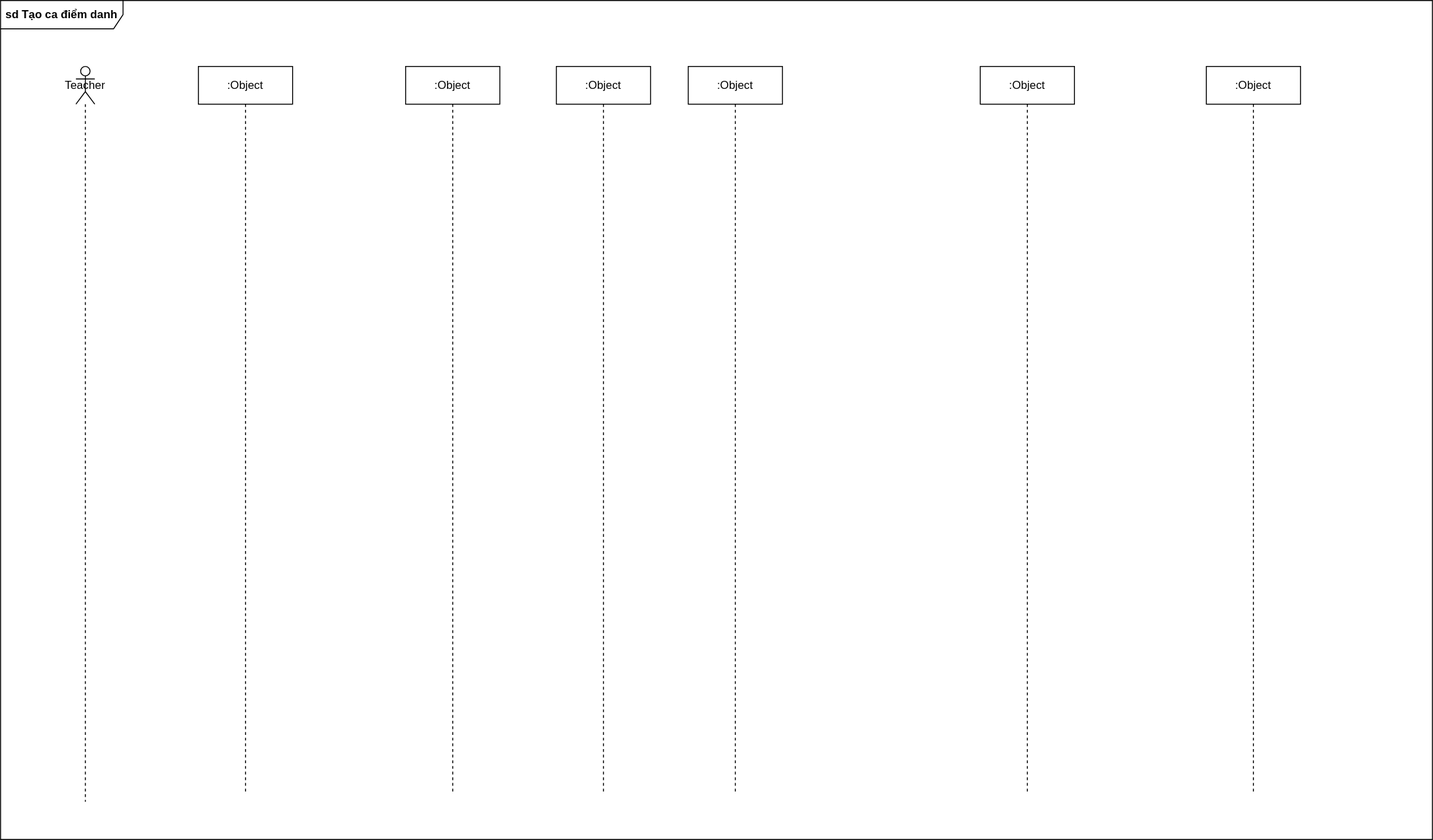
Above: [W3] SequenceDiagram 5.drawio.svg in ntmly/ThuchanhphattrienhethongTTNT (draw.io), before the change. Source tidied: cells renumbered, new cells last; positions are measured from the earlier drawing's top-left corner, leaving out a move shared by most shapes.
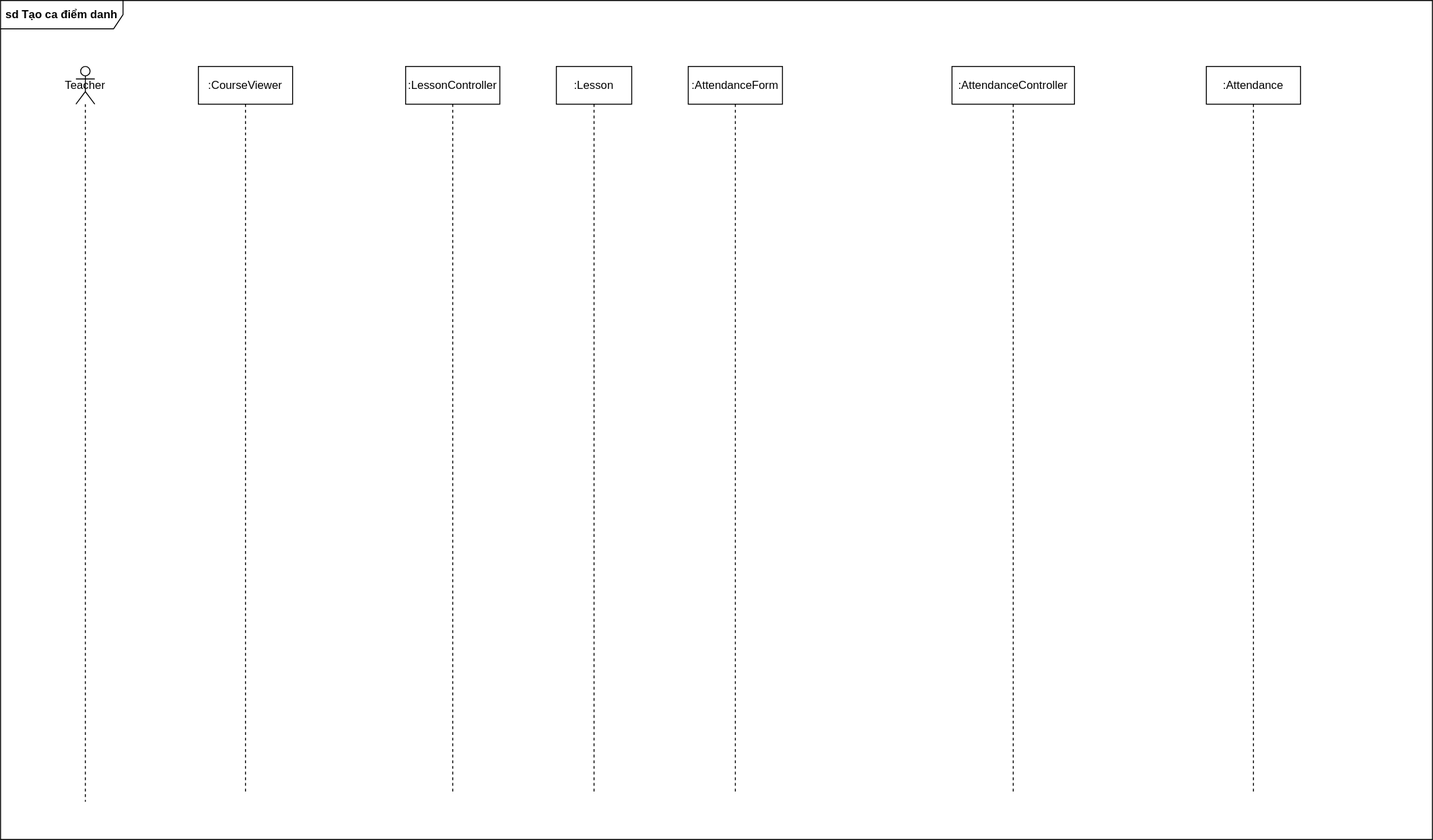
The same file after the commit.

Commit message:
Cập nhật [W3] SequenceDiagram 5.drawio.svg

What changed in the source:
```diff
@@ -8,22 +8,22 @@
     <mxCell id="3" value="Teacher" style="shape=umlLifeline;perimeter=lifelinePerimeter;whiteSpace=wrap;html=1;newEdgeStyle={&quot;curved&quot;:0,&quot;rounded&quot;:0};participant=umlActor;" parent="1" vertex="1">
       <mxGeometry x="80" y="70" width="20" height="780" as="geometry" />
     </mxCell>
-    <mxCell id="4" value=":Object" style="shape=umlLifeline;perimeter=lifelinePerimeter;whiteSpace=wrap;html=1;newEdgeStyle={&quot;curved&quot;:0,&quot;rounded&quot;:0};" parent="1" vertex="1">
+    <mxCell id="4" value=":CourseViewer" style="shape=umlLifeline;perimeter=lifelinePerimeter;whiteSpace=wrap;html=1;newEdgeStyle={&quot;curved&quot;:0,&quot;rounded&quot;:0};" parent="1" vertex="1">
       <mxGeometry x="210" y="70" width="100" height="770" as="geometry" />
     </mxCell>
-    <mxCell id="5" value=":Object" style="shape=umlLifeline;perimeter=lifelinePerimeter;whiteSpace=wrap;html=1;newEdgeStyle={&quot;curved&quot;:0,&quot;rounded&quot;:0};" parent="1" vertex="1">
+    <mxCell id="5" value=":LessonController" style="shape=umlLifeline;perimeter=lifelinePerimeter;whiteSpace=wrap;html=1;newEdgeStyle={&quot;curved&quot;:0,&quot;rounded&quot;:0};" parent="1" vertex="1">
       <mxGeometry x="430" y="70" width="100" height="770" as="geometry" />
     </mxCell>
-    <mxCell id="6" value=":Object" style="shape=umlLifeline;perimeter=lifelinePerimeter;whiteSpace=wrap;html=1;newEdgeStyle={&quot;curved&quot;:0,&quot;rounded&quot;:0};" parent="1" vertex="1">
-      <mxGeometry x="590" y="70" width="100" height="770" as="geometry" />
+    <mxCell id="6" value=":Lesson" style="shape=umlLifeline;perimeter=lifelinePerimeter;whiteSpace=wrap;html=1;newEdgeStyle={&quot;curved&quot;:0,&quot;rounded&quot;:0};" parent="1" vertex="1">
+      <mxGeometry x="590" y="70" width="80" height="770" as="geometry" />
     </mxCell>
-    <mxCell id="7" value=":Object" style="shape=umlLifeline;perimeter=lifelinePerimeter;whiteSpace=wrap;html=1;newEdgeStyle={&quot;curved&quot;:0,&quot;rounded&quot;:0};" parent="1" vertex="1">
+    <mxCell id="7" value=":AttendanceForm" style="shape=umlLifeline;perimeter=lifelinePerimeter;whiteSpace=wrap;html=1;newEdgeStyle={&quot;curved&quot;:0,&quot;rounded&quot;:0};" parent="1" vertex="1">
       <mxGeometry x="730" y="70" width="100" height="770" as="geometry" />
     </mxCell>
-    <mxCell id="8" value=":Object" style="shape=umlLifeline;perimeter=lifelinePerimeter;whiteSpace=wrap;html=1;newEdgeStyle={&quot;curved&quot;:0,&quot;rounded&quot;:0};" parent="1" vertex="1">
-      <mxGeometry x="1040" y="70" width="100" height="770" as="geometry" />
+    <mxCell id="8" value=":AttendanceController" style="shape=umlLifeline;perimeter=lifelinePerimeter;whiteSpace=wrap;html=1;newEdgeStyle={&quot;curved&quot;:0,&quot;rounded&quot;:0};" parent="1" vertex="1">
+      <mxGeometry x="1010" y="70" width="130" height="770" as="geometry" />
     </mxCell>
-    <mxCell id="9" value=":Object" style="shape=umlLifeline;perimeter=lifelinePerimeter;whiteSpace=wrap;html=1;newEdgeStyle={&quot;curved&quot;:0,&quot;rounded&quot;:0};" parent="1" vertex="1">
+    <mxCell id="9" value=":Attendance" style="shape=umlLifeline;perimeter=lifelinePerimeter;whiteSpace=wrap;html=1;newEdgeStyle={&quot;curved&quot;:0,&quot;rounded&quot;:0};" parent="1" vertex="1">
       <mxGeometry x="1280" y="70" width="100" height="770" as="geometry" />
     </mxCell>
   </root>
```
